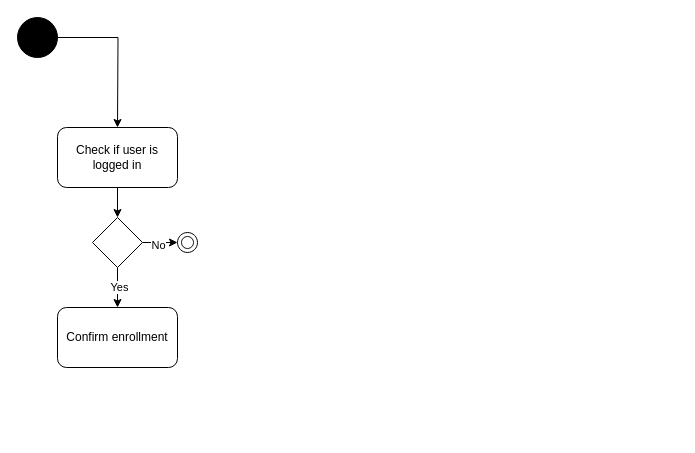
This is lab 6/Source files/Activitydiagram.drawio from Youssufathalla/Programming-2, a draw.io file, before an edit. Source tidied: cells renumbered, new cells numbered last; positions are measured from the earlier drawing's top-left corner, leaving out a move shared by most shapes. Both pictures are drawn from the tidied source at 100%, with x=0, y=0 at pixel (17, 17).
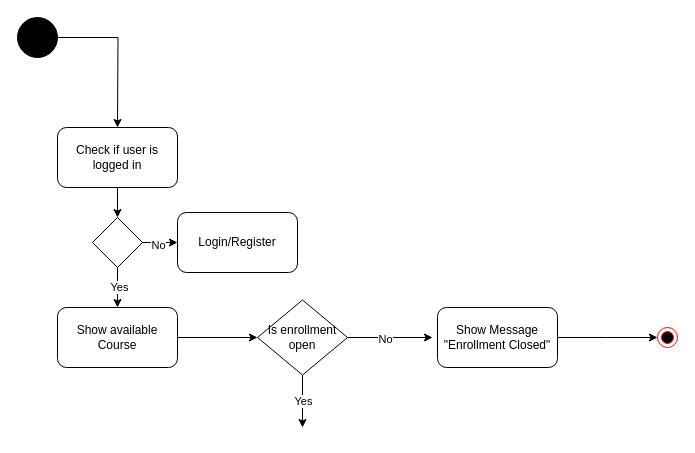
The same diagram, later.

What changed in the source:
```diff
@@
-    <mxCell id="11" style="verticalLabelPosition=bottom;verticalAlign=top;html=1;shape=mxgraph.basic.donut;dx=4;" parent="1" vertex="1">
-      <mxGeometry x="160" y="215" width="20" height="20" as="geometry" />
-    </mxCell>
-    <mxCell id="12" value="Confirm enrollment" style="rounded=1;whiteSpace=wrap;html=1;" parent="1" vertex="1">
+    <mxCell id="12" value="Show available Course" style="rounded=1;whiteSpace=wrap;html=1;" parent="1" vertex="1">
       <mxGeometry x="40" y="290" width="120" height="60" as="geometry" />
     </mxCell>
+    <mxCell id="13" style="endArrow=classic;html=1;rounded=0;exitX=1;exitY=0.5;exitDx=0;exitDy=0;" parent="1" edge="1" source="12">
+      <mxGeometry relative="1" as="geometry">
+        <mxPoint x="240" y="320" as="targetPoint" />
+      </mxGeometry>
+    </mxCell>
+    <mxCell id="14" style="ellipse;html=1;shape=endState;fillColor=#000000;strokeColor=#ff0000;" parent="1" vertex="1">
+      <mxGeometry x="640" y="310" width="20" height="20" as="geometry" />
+    </mxCell>
+    <mxCell id="15" value="Login/Register" style="rounded=1;whiteSpace=wrap;html=1;" parent="1" vertex="1">
+      <mxGeometry x="160" y="195" width="120" height="60" as="geometry" />
+    </mxCell>
+    <mxCell id="16" style="edgeStyle=orthogonalEdgeStyle;rounded=0;jettySize=auto;html=1;" parent="1" edge="1" source="20">
+      <mxGeometry relative="1" as="geometry">
+        <mxPoint x="415" y="320" as="targetPoint" />
+      </mxGeometry>
+    </mxCell>
+    <mxCell id="17" value="No" style="edgeLabel;html=1;align=center;verticalAlign=middle;" parent="16" vertex="1">
+      <mxGeometry x="-0.13" y="-1" relative="1" as="geometry" />
+    </mxCell>
+    <mxCell id="18" style="edgeStyle=orthogonalEdgeStyle;rounded=0;jettySize=auto;html=1;" parent="1" edge="1" source="20">
+      <mxGeometry relative="1" as="geometry">
+        <mxPoint x="285" y="410" as="targetPoint" />
+      </mxGeometry>
+    </mxCell>
+    <mxCell id="19" value="Yes" style="edgeLabel;html=1;align=center;verticalAlign=middle;" parent="18" vertex="1">
+      <mxGeometry x="-0.07" relative="1" as="geometry">
+        <mxPoint y="1" as="offset" />
+      </mxGeometry>
+    </mxCell>
+    <mxCell id="20" value="Is enrollment open" style="rhombus;whiteSpace=wrap;html=1;" parent="1" vertex="1">
+      <mxGeometry x="240" y="282.5" width="90" height="75" as="geometry" />
+    </mxCell>
+    <mxCell id="21" style="edgeStyle=orthogonalEdgeStyle;rounded=0;jettySize=auto;html=1;" parent="1" edge="1" source="22">
+      <mxGeometry relative="1" as="geometry">
+        <mxPoint x="640" y="320" as="targetPoint" />
+      </mxGeometry>
+    </mxCell>
+    <mxCell id="22" value="Show Message &quot;Enrollment Closed&quot;" style="rounded=1;whiteSpace=wrap;html=1;" parent="1" vertex="1">
+      <mxGeometry x="420" y="290" width="120" height="60" as="geometry" />
+    </mxCell>
```
